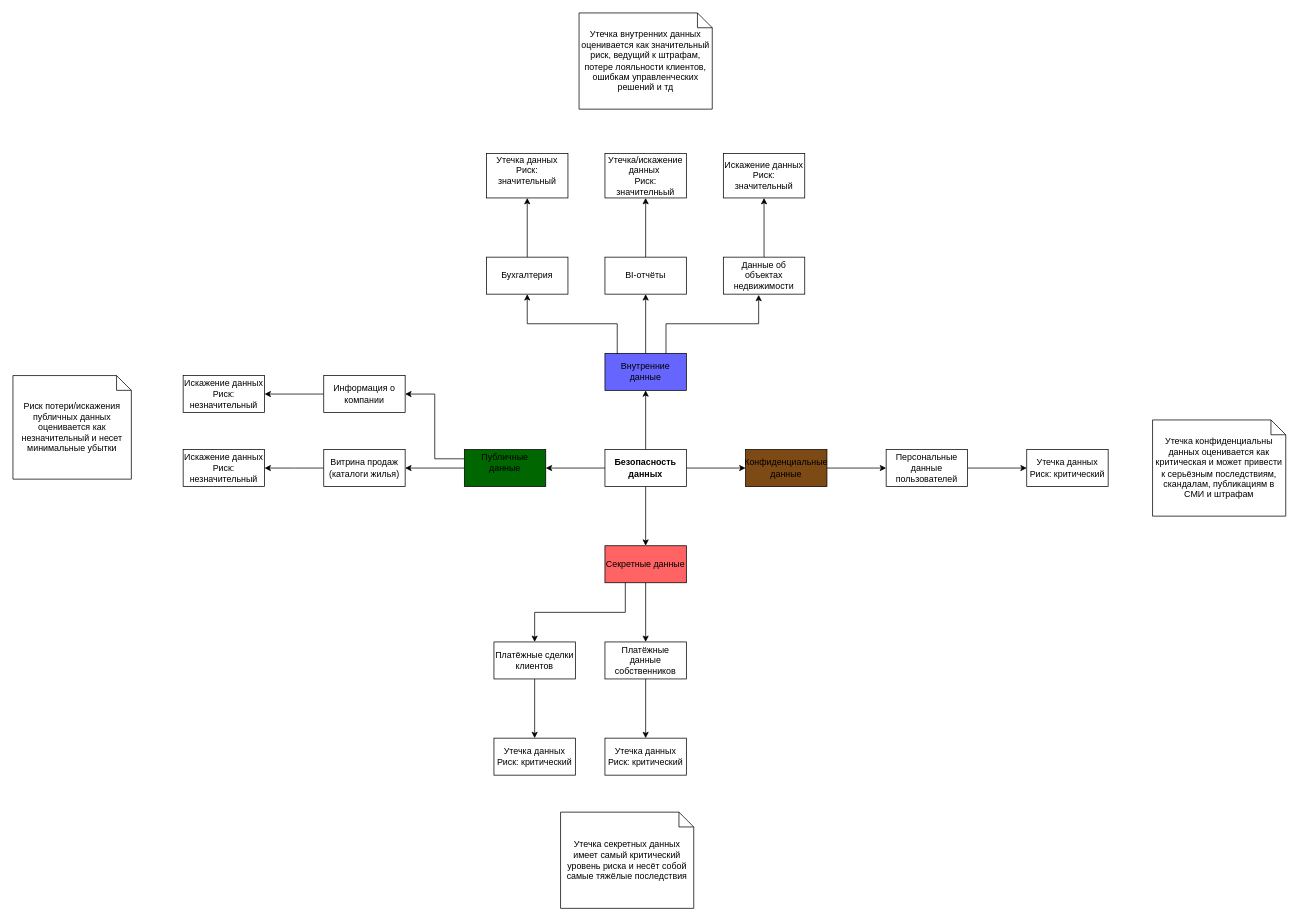
Earlier version of the draw.io diagram Exc1/task1.drawio (6-abs-dev/YP-Sprint-7). Source tidied: cells renumbered, new cells numbered last; positions are measured from the earlier drawing's top-left corner, leaving out a move shared by most shapes. Both pictures are drawn from the tidied source at 74%, with x=0, y=0 at pixel (13, 13).
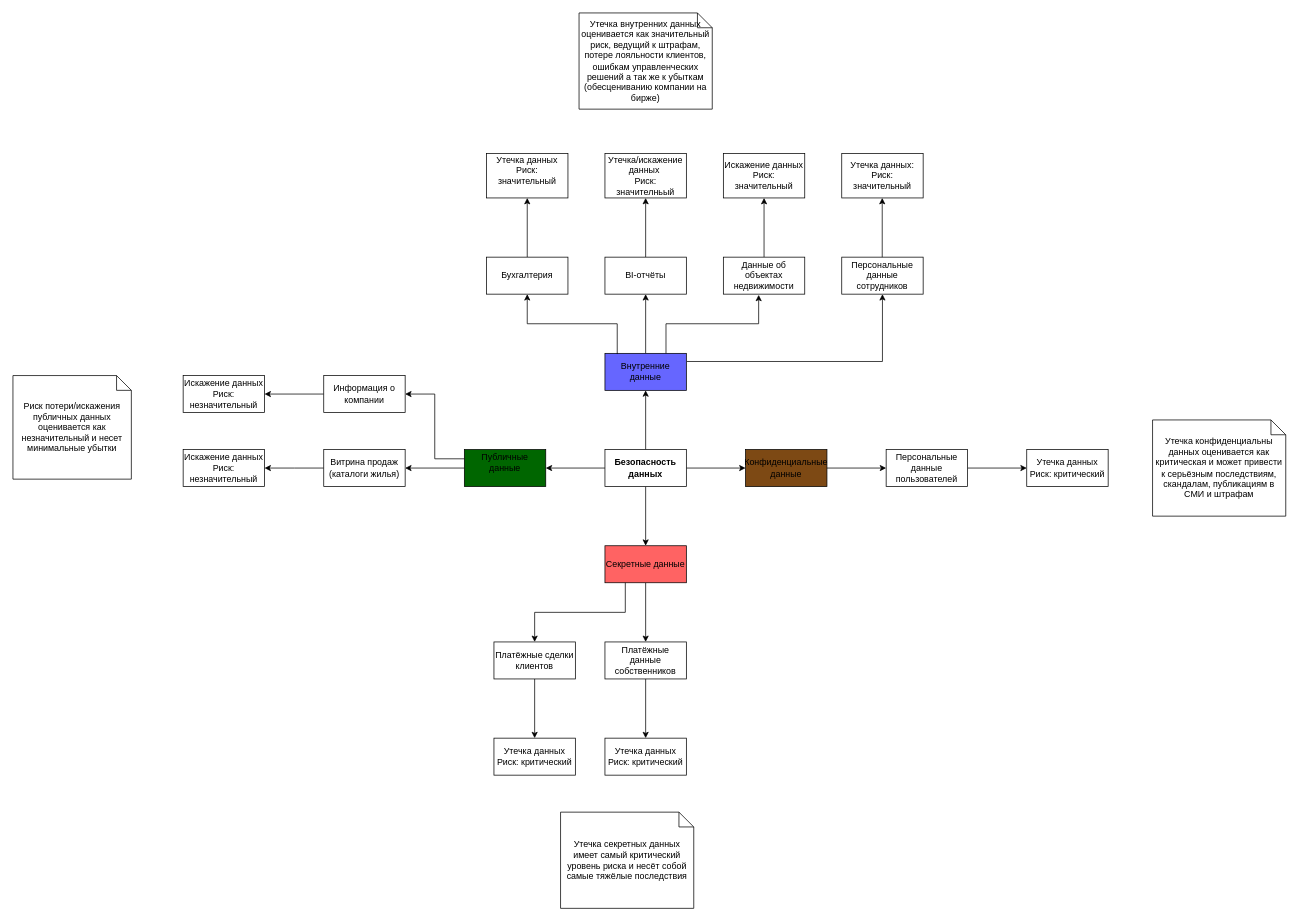
After the change.

Unchanged cells that the change refers to:
```xml
<mxCell id="10" value="Внутренние данные" style="html=1;whiteSpace=wrap;fillColor=#6666FF;" parent="1" vertex="1">
  <mxGeometry x="800" y="460" width="110" height="50" as="geometry" />
</mxCell>
```

What changed in the source:
```diff
@@
-    <mxCell id="44" value="Утечка внутренних данных оценивается как значительный риск, ведущий к штрафам, потере лояльности клиентов, ошибкам управленческих решений и тд" style="shape=note;size=20;whiteSpace=wrap;html=1;" parent="1" vertex="1">
+    <mxCell id="44" value="Утечка внутренних данных оценивается как значительный риск, ведущий к штрафам, потере лояльности клиентов, ошибкам управленческих решений а так же к убыткам (обесцениванию компании на бирже)" style="shape=note;size=20;whiteSpace=wrap;html=1;" parent="1" vertex="1">
       <mxGeometry x="765" width="180" height="130" as="geometry" />
     </mxCell>
@@
+    <mxCell id="47" style="edgeStyle=orthogonalEdgeStyle;rounded=0;jettySize=auto;html=1;entryX=0.5;entryY=1;entryDx=0;entryDy=0;exitX=1.007;exitY=0.22;exitDx=0;exitDy=0;exitPerimeter=0;" parent="1" edge="1" source="10" target="48">
+      <mxGeometry relative="1" as="geometry">
+        <Array as="points">
+          <mxPoint x="1175" y="471" />
+        </Array>
+      </mxGeometry>
+    </mxCell>
+    <mxCell id="48" value="Персональные данные сотрудников" style="html=1;whiteSpace=wrap;" parent="1" vertex="1">
+      <mxGeometry x="1120" y="330" width="110" height="50" as="geometry" />
+    </mxCell>
+    <mxCell id="49" value="Утечка данных:&lt;br&gt;Риск:&lt;br&gt;значительный" style="html=1;whiteSpace=wrap;" parent="1" vertex="1">
+      <mxGeometry x="1120" y="190" width="110" height="60" as="geometry" />
+    </mxCell>
+    <mxCell id="50" style="edgeStyle=orthogonalEdgeStyle;rounded=0;orthogonalLoop=1;jettySize=auto;html=1;" parent="1" edge="1">
+      <mxGeometry relative="1" as="geometry">
+        <mxPoint x="1174.7" y="330" as="sourcePoint" />
+        <mxPoint x="1174.7" y="250" as="targetPoint" />
+      </mxGeometry>
+    </mxCell>
```
